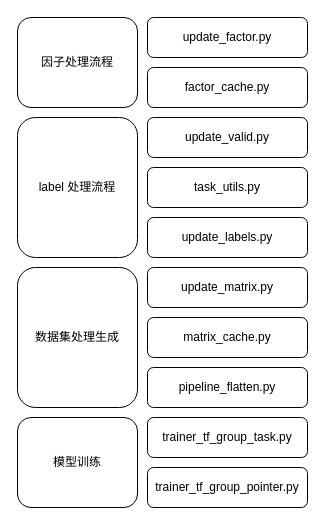
zhaxd123/drawio keeps this draw.io diagram as page "Part2" (2 of 6) of gaalaxy.drawio. Above is the earlier version. Source tidied: cells renumbered, new cells numbered last; positions are measured from the earlier drawing's top-left corner, leaving out a move shared by most shapes. Both pictures are drawn from the tidied source at 100%, with x=0, y=0 at pixel (17, 17).
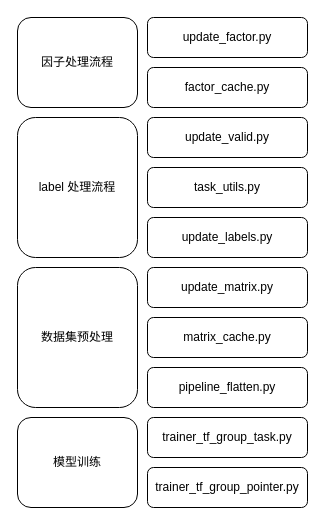
After the change.

What changed in the source:
```diff
@@
 <mxGraphModel>
   <root>
     <mxCell id="0" />
     <mxCell id="1" parent="0" />
     <mxCell id="2" value="因子处理流程" style="rounded=1;whiteSpace=wrap;html=1;" parent="1" vertex="1">
       <mxGeometry width="120" height="90" as="geometry" />
     </mxCell>
     <mxCell id="3" value="update_factor.py" style="rounded=1;whiteSpace=wrap;html=1;" parent="1" vertex="1">
       <mxGeometry x="130" width="160" height="40" as="geometry" />
     </mxCell>
     <mxCell id="4" value="factor_cache.py" style="rounded=1;whiteSpace=wrap;html=1;" parent="1" vertex="1">
       <mxGeometry x="130" y="50" width="160" height="40" as="geometry" />
     </mxCell>
     <mxCell id="5" value="label 处理流程" style="rounded=1;whiteSpace=wrap;html=1;" parent="1" vertex="1">
       <mxGeometry y="100" width="120" height="140" as="geometry" />
     </mxCell>
     <mxCell id="6" value="update_valid.py" style="rounded=1;whiteSpace=wrap;html=1;" parent="1" vertex="1">
       <mxGeometry x="130" y="100" width="160" height="40" as="geometry" />
     </mxCell>
     <mxCell id="7" value="task_utils.py" style="rounded=1;whiteSpace=wrap;html=1;" parent="1" vertex="1">
       <mxGeometry x="130" y="150" width="160" height="40" as="geometry" />
     </mxCell>
     <mxCell id="8" value="update_labels.py" style="rounded=1;whiteSpace=wrap;html=1;" parent="1" vertex="1">
       <mxGeometry x="130" y="200" width="160" height="40" as="geometry" />
     </mxCell>
-    <mxCell id="9" value="数据集处理生成" style="rounded=1;whiteSpace=wrap;html=1;" parent="1" vertex="1">
+    <mxCell id="9" value="数据集预处理" style="rounded=1;whiteSpace=wrap;html=1;" parent="1" vertex="1">
       <mxGeometry y="250" width="120" height="140" as="geometry" />
     </mxCell>
     <mxCell id="10" value="update_matrix&lt;span style=&quot;background-color: transparent; color: light-dark(rgb(0, 0, 0), rgb(255, 255, 255));&quot;&gt;.py&lt;/span&gt;" style="rounded=1;whiteSpace=wrap;html=1;" parent="1" vertex="1">
       <mxGeometry x="130" y="250" width="160" height="40" as="geometry" />
     </mxCell>
     <mxCell id="11" value="matrix_cache&lt;span style=&quot;background-color: transparent; color: light-dark(rgb(0, 0, 0), rgb(255, 255, 255));&quot;&gt;.py&lt;/span&gt;" style="rounded=1;whiteSpace=wrap;html=1;" parent="1" vertex="1">
       <mxGeometry x="130" y="300" width="160" height="40" as="geometry" />
     </mxCell>
     <mxCell id="12" value="pipeline_flatten&lt;span style=&quot;background-color: transparent; color: light-dark(rgb(0, 0, 0), rgb(255, 255, 255));&quot;&gt;.py&lt;/span&gt;" style="rounded=1;whiteSpace=wrap;html=1;" parent="1" vertex="1">
       <mxGeometry x="130" y="350" width="160" height="40" as="geometry" />
     </mxCell>
     <mxCell id="13" value="模型训练" style="rounded=1;whiteSpace=wrap;html=1;" parent="1" vertex="1">
       <mxGeometry y="400" width="120" height="90" as="geometry" />
     </mxCell>
     <mxCell id="14" value="&lt;span style=&quot;background-color: transparent; color: light-dark(rgb(0, 0, 0), rgb(255, 255, 255));&quot;&gt;trainer_tf_group_task.py&lt;/span&gt;" style="rounded=1;whiteSpace=wrap;html=1;" parent="1" vertex="1">
       <mxGeometry x="130" y="400" width="160" height="40" as="geometry" />
     </mxCell>
     <mxCell id="15" value="&lt;span style=&quot;background-color: transparent; color: light-dark(rgb(0, 0, 0), rgb(255, 255, 255));&quot;&gt;trainer_tf_group_pointer.py&lt;/span&gt;" style="rounded=1;whiteSpace=wrap;html=1;" parent="1" vertex="1">
       <mxGeometry x="130" y="450" width="160" height="40" as="geometry" />
     </mxCell>
   </root>
 </mxGraphModel>
```
